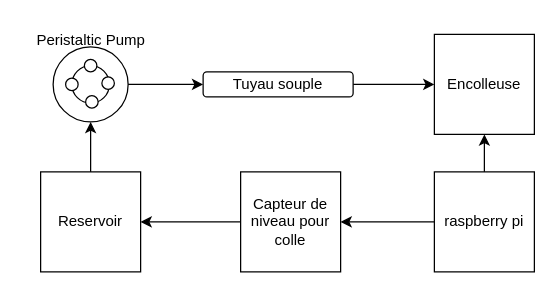
Earlier version of the draw.io diagram PDCA4/Schema_technique.drawio (CharifMah/Systemes_automatises). Source tidied: cells renumbered, new cells numbered last; positions are measured from the earlier drawing's top-left corner, leaving out a move shared by most shapes. Both pictures are drawn from the tidied source at 125%, with x=0, y=0 at pixel (21, 21).
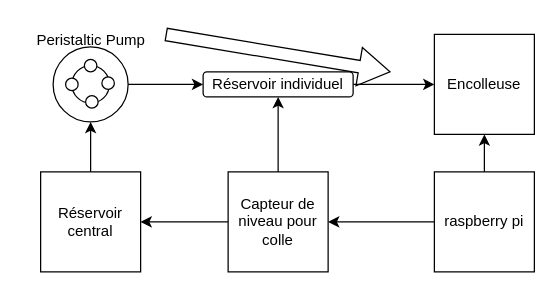
Above is the later version.

The edit, as a diff of the source:
```diff
@@
-    <mxCell id="3" value="Reservoir" style="whiteSpace=wrap;html=1;" parent="1" vertex="1">
+    <mxCell id="3" value="Réservoir central" style="whiteSpace=wrap;html=1;" parent="1" vertex="1">
       <mxGeometry x="15" y="120" width="80" height="80" as="geometry" />
     </mxCell>
@@
+    <mxCell id="21" style="edgeStyle=orthogonalEdgeStyle;rounded=0;jettySize=auto;html=1;entryX=0.5;entryY=1;entryDx=0;entryDy=0;" parent="1" edge="1" source="17" target="19">
+      <mxGeometry relative="1" as="geometry" />
+    </mxCell>
-    <mxCell id="16" style="edgeStyle=orthogonalEdgeStyle;rounded=0;jettySize=auto;html=1;entryX=1;entryY=0.5;entryDx=0;entryDy=0;" parent="1" edge="1" source="17" target="3">
+    <mxCell id="16" style="edgeStyle=orthogonalEdgeStyle;rounded=0;jettySize=auto;html=1;" parent="1" edge="1" source="17" target="3">
       <mxGeometry relative="1" as="geometry" />
     </mxCell>
     <mxCell id="17" value="Capteur de niveau pour colle" style="whiteSpace=wrap;html=1;" parent="1" vertex="1">
-      <mxGeometry x="175" y="120" width="80" height="80" as="geometry" />
+      <mxGeometry x="165" y="120" width="80" height="80" as="geometry" />
     </mxCell>
@@
-    <mxCell id="19" value="Tuyau souple" style="rounded=1;whiteSpace=wrap;html=1;" parent="1" vertex="1">
+    <mxCell id="19" value="Réservoir individuel" style="rounded=1;whiteSpace=wrap;html=1;" parent="1" vertex="1">
       <mxGeometry x="145" y="40" width="120" height="20" as="geometry" />
     </mxCell>
@@
+    <mxCell id="22" style="shape=flexArrow;endArrow=classic;html=1;rounded=0;fontSize=12;startSize=8;endSize=8;curved=1;" parent="1" edge="1">
+      <mxGeometry relative="1" as="geometry">
+        <mxPoint x="115" y="10" as="sourcePoint" />
+        <mxPoint x="295" y="40" as="targetPoint" />
+      </mxGeometry>
+    </mxCell>
```
